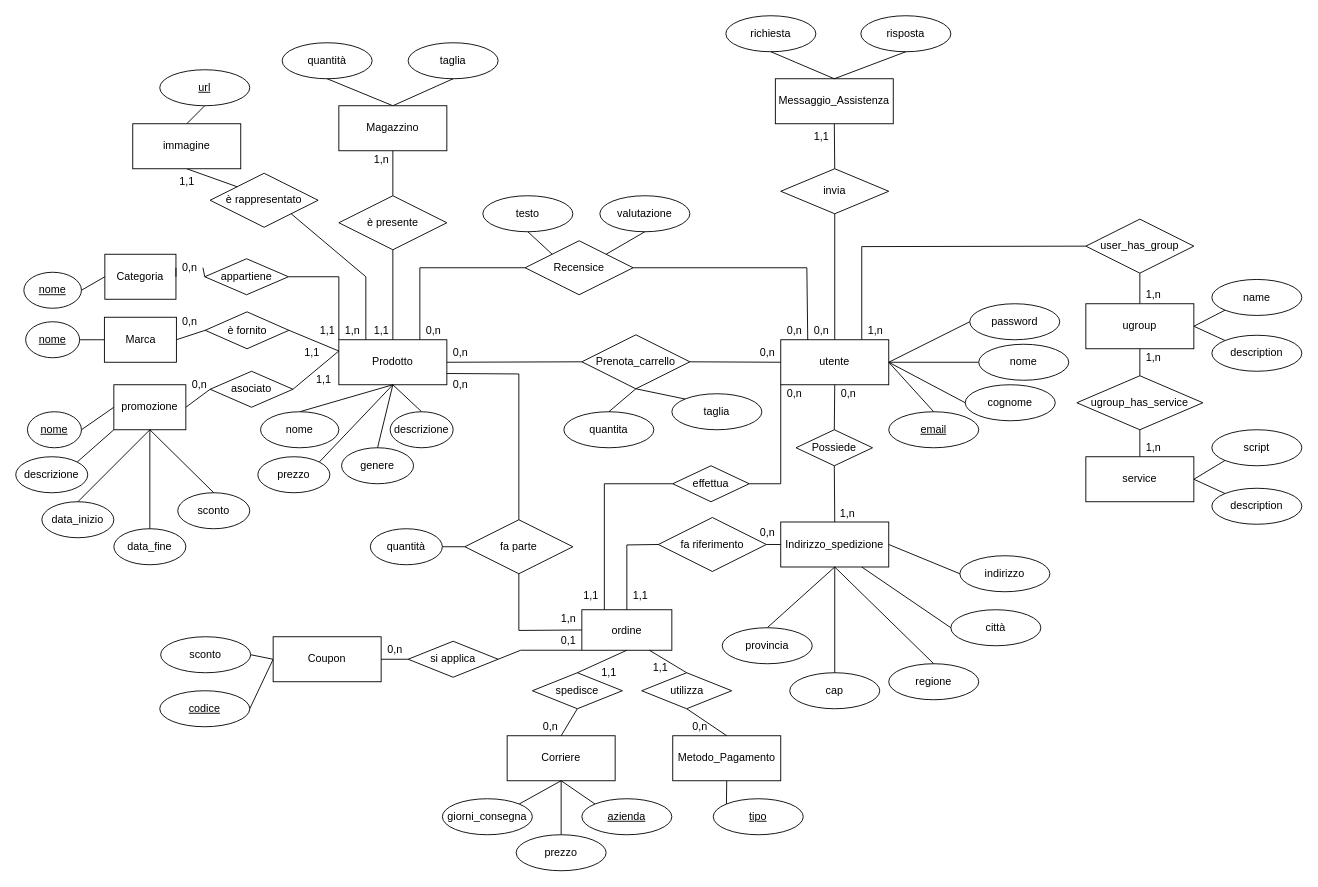
Above: diagramma er/diagrammaER.drawio in Carmine-Pittella/E-commerce (draw.io), before the change. Source tidied: cells renumbered, new cells numbered last; positions are measured from the earlier drawing's top-left corner, leaving out a move shared by most shapes. Both pictures are drawn from the tidied source at 90%, with x=0, y=0 at pixel (15, 15).
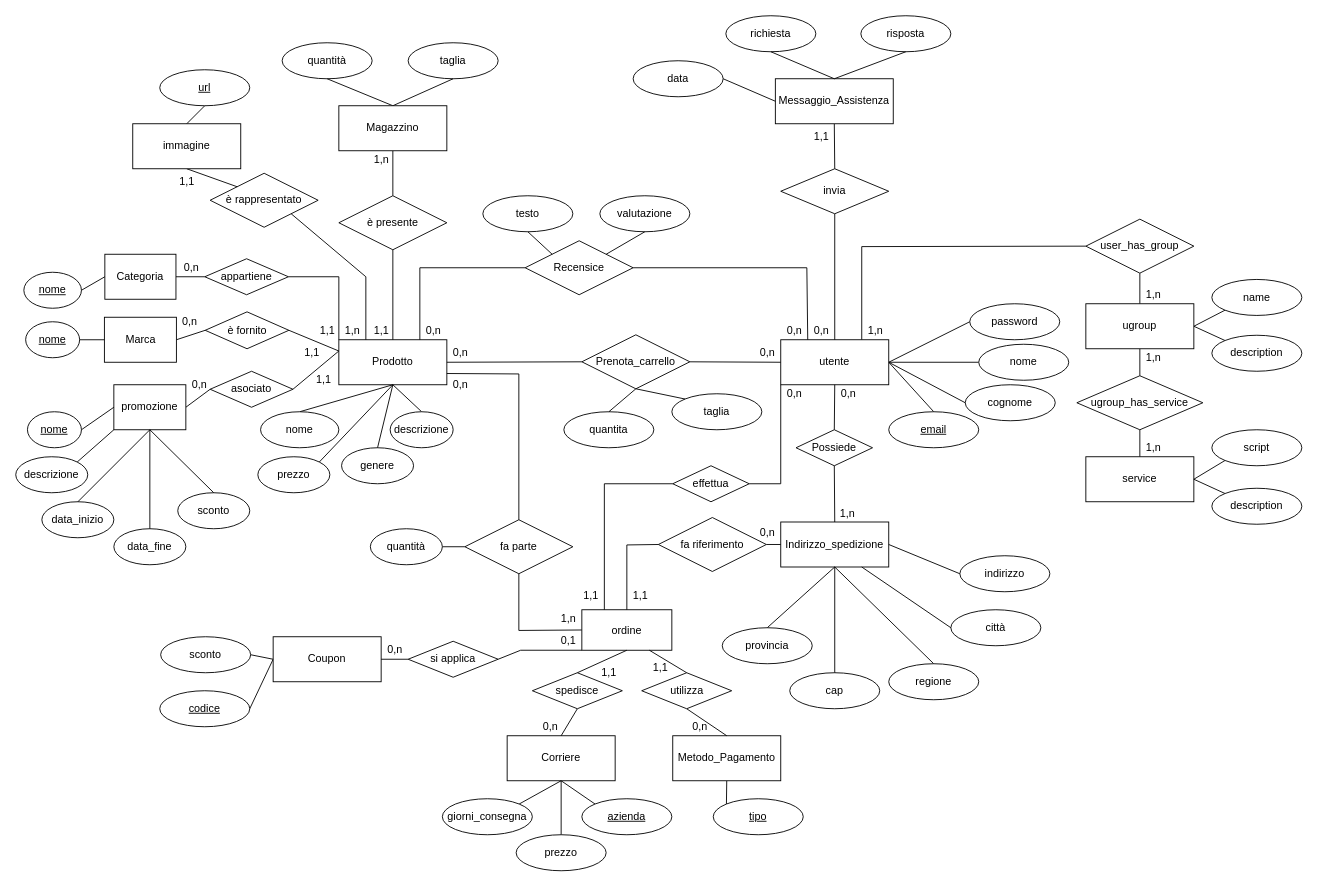
The same page after the edit.

The change refers to these unchanged cells:
```xml
<mxCell id="69" value="Categoria" style="whiteSpace=wrap;html=1;align=center;" parent="1" vertex="1">
  <mxGeometry x="99" y="265" width="79" height="50" as="geometry" />
</mxCell>
<mxCell id="73" value="appartiene" style="shape=rhombus;perimeter=rhombusPerimeter;whiteSpace=wrap;html=1;align=center;" parent="1" vertex="1">
  <mxGeometry x="210" y="270" width="93" height="40" as="geometry" />
</mxCell>
<mxCell id="87" value="Messaggio_Assistenza" style="whiteSpace=wrap;html=1;align=center;" parent="1" vertex="1">
  <mxGeometry x="844" y="70" width="131" height="50" as="geometry" />
</mxCell>
```

Change to the diagram source:
```diff
@@
-    <mxCell id="66" style="edgeStyle=none;rounded=0;jettySize=auto;html=1;entryX=0;entryY=0.5;entryDx=0;entryDy=0;endArrow=none;endFill=0;strokeColor=default;exitX=1;exitY=0.5;exitDx=0;exitDy=0;" parent="1" edge="1" source="133" target="73">
+    <mxCell id="66" style="edgeStyle=none;rounded=0;jettySize=auto;html=1;entryX=0;entryY=0.5;entryDx=0;entryDy=0;endArrow=none;endFill=0;strokeColor=default;exitX=1;exitY=0.5;exitDx=0;exitDy=0;" parent="1" edge="1" source="69" target="73">
       <mxGeometry relative="1" as="geometry" />
     </mxCell>
@@
-    <mxCell id="132" style="edgeStyle=none;rounded=0;jettySize=auto;html=1;entryX=0;entryY=0.5;entryDx=0;entryDy=0;endArrow=none;endFill=0;strokeColor=default;exitX=1;exitY=0.5;exitDx=0;exitDy=0;" parent="1" edge="1" source="69" target="133">
-      <mxGeometry relative="1" as="geometry" />
-    </mxCell>
     <mxCell id="133" value="0,n" style="text;html=1;align=center;verticalAlign=middle;points=[];strokeColor=none;fillColor=none;" parent="1" vertex="1">
-      <mxGeometry x="178" y="270" width="30" height="20" as="geometry" />
+      <mxGeometry x="180" y="270" width="30" height="20" as="geometry" />
     </mxCell>
@@
+    <mxCell id="184" value="data" style="ellipse;whiteSpace=wrap;html=1;align=center;" parent="1" vertex="1">
+      <mxGeometry x="686" y="50" width="100" height="40" as="geometry" />
+    </mxCell>
+    <mxCell id="185" style="edgeStyle=none;rounded=0;jettySize=auto;html=1;entryX=1;entryY=0.5;entryDx=0;entryDy=0;endArrow=none;endFill=0;strokeColor=default;exitX=0;exitY=0.5;exitDx=0;exitDy=0;" parent="1" edge="1" source="87" target="184">
+      <mxGeometry relative="1" as="geometry" />
+    </mxCell>
```
